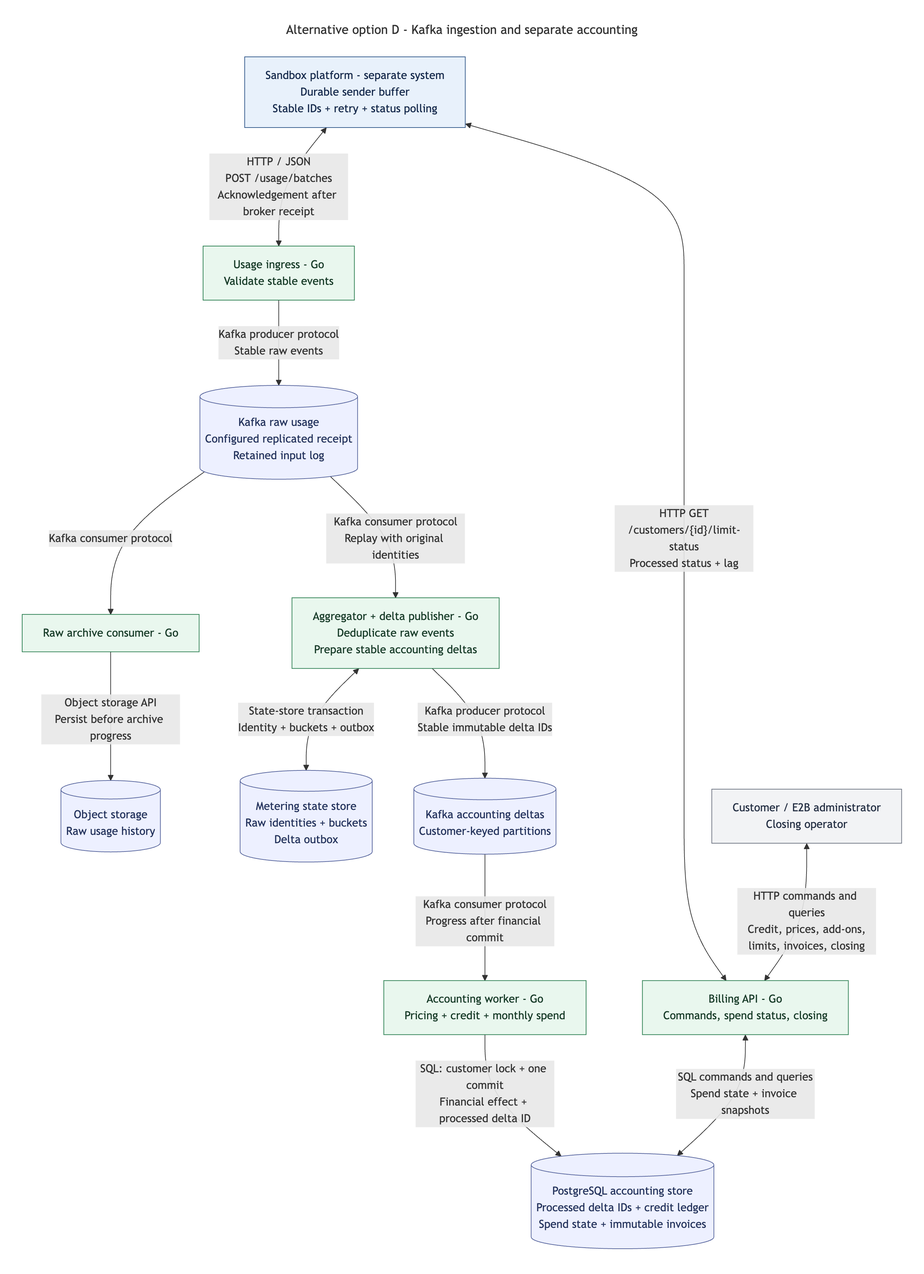
The Mermaid diagram docs/diagrams/option-d-components/option-d-components.png in pupitooo/e2b-billing-api, before a commit. Its source is kept beside it as docs/diagrams/option-d-components/option-d-components.mmd.
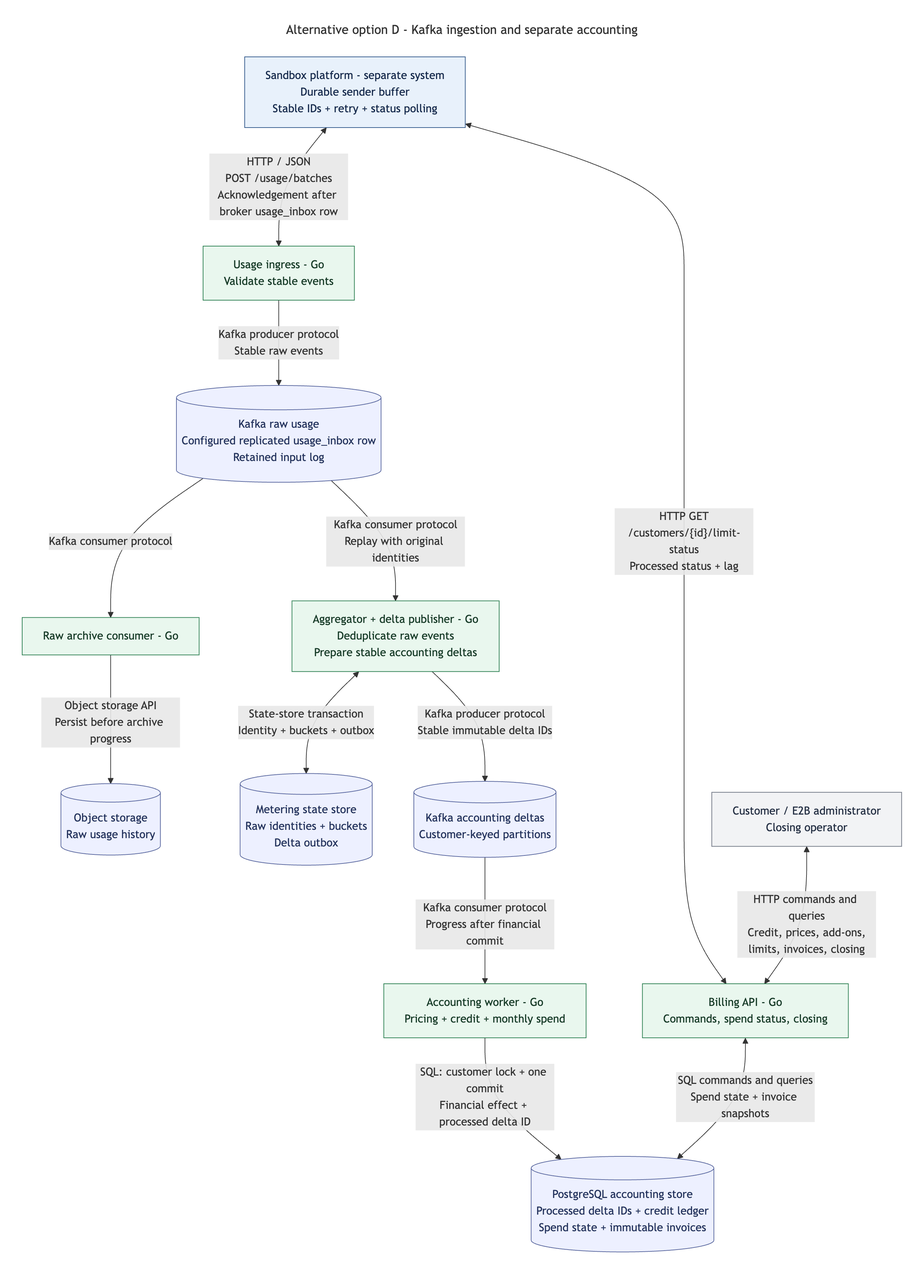
Above is the later version.

What changed in the source:
```diff
@@ -10,7 +10,7 @@
 flowchart TB
     platform["Sandbox platform - separate system<br/>Durable sender buffer<br/>Stable IDs + retry + status polling"]
     ingress["Usage ingress - Go<br/>Validate stable events"]
-    raw[("Kafka raw usage<br/>Configured replicated receipt<br/>Retained input log")]
+    raw[("Kafka raw usage<br/>Configured replicated usage_inbox row<br/>Retained input log")]
     archiveConsumer["Raw archive consumer - Go"]
     archive[("Object storage<br/>Raw usage history")]
     aggregator["Aggregator + delta publisher - Go<br/>Deduplicate raw events<br/>Prepare stable accounting deltas"]
@@ -21,7 +21,7 @@
     api["Billing API - Go<br/>Commands, spend status, closing"]
     callers["Customer / E2B administrator<br/>Closing operator"]
 
-    platform <-->|"HTTP / JSON<br/>POST /usage/batches<br/>Acknowledgement after broker receipt"| ingress
+    platform <-->|"HTTP / JSON<br/>POST /usage/batches<br/>Acknowledgement after broker usage_inbox row"| ingress
     ingress -->|"Kafka producer protocol<br/>Stable raw events"| raw
     raw -->|"Kafka consumer protocol"| archiveConsumer
     archiveConsumer -->|"Object storage API<br/>Persist before archive progress"| archive
```
